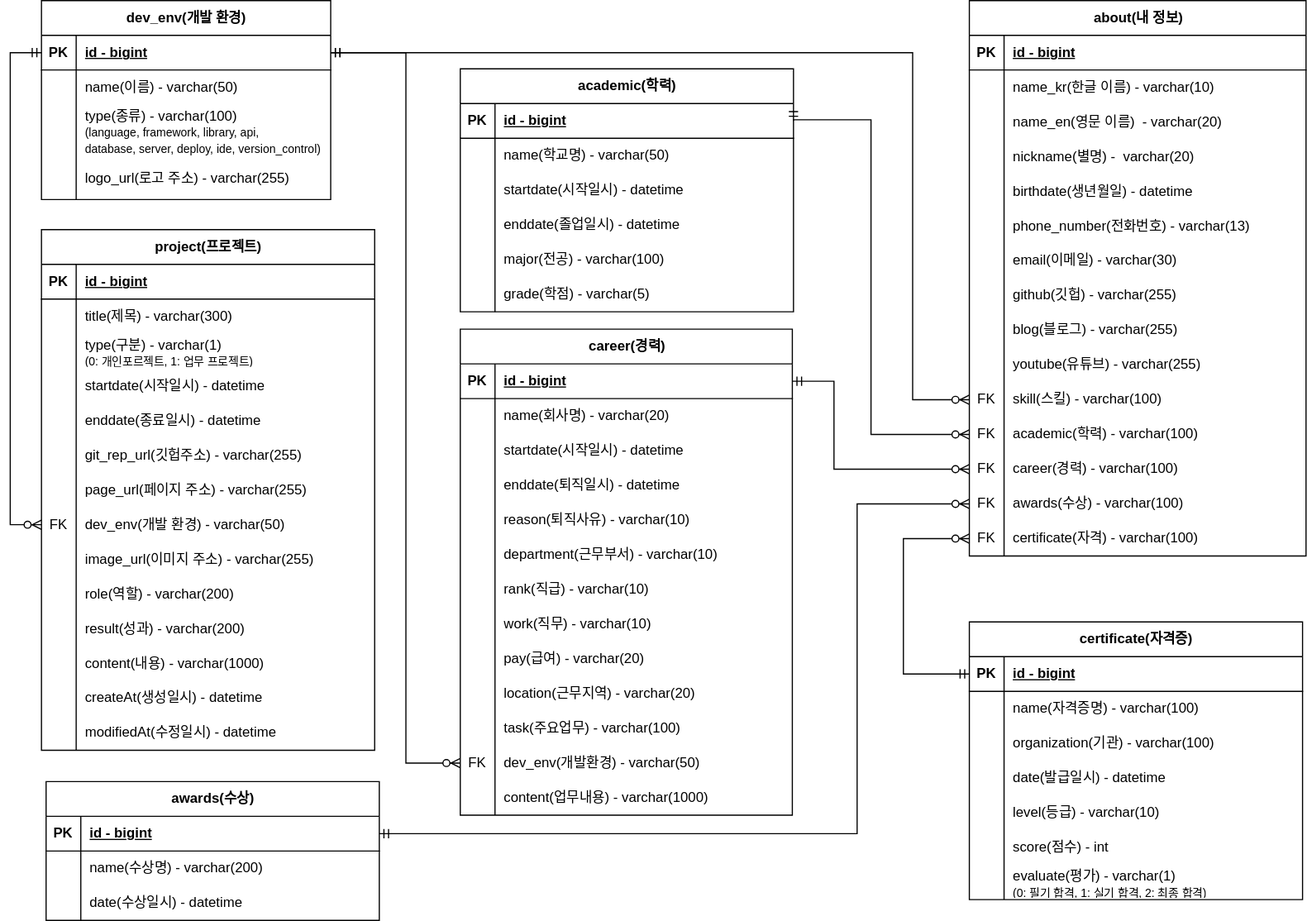
Above: document/project-portfolio-erd.svg in benedictJHGil/my-portfolio-app (draw.io), before the change. Source tidied: cells renumbered, new cells last; positions are measured from the earlier drawing's top-left corner, leaving out a move shared by most shapes.
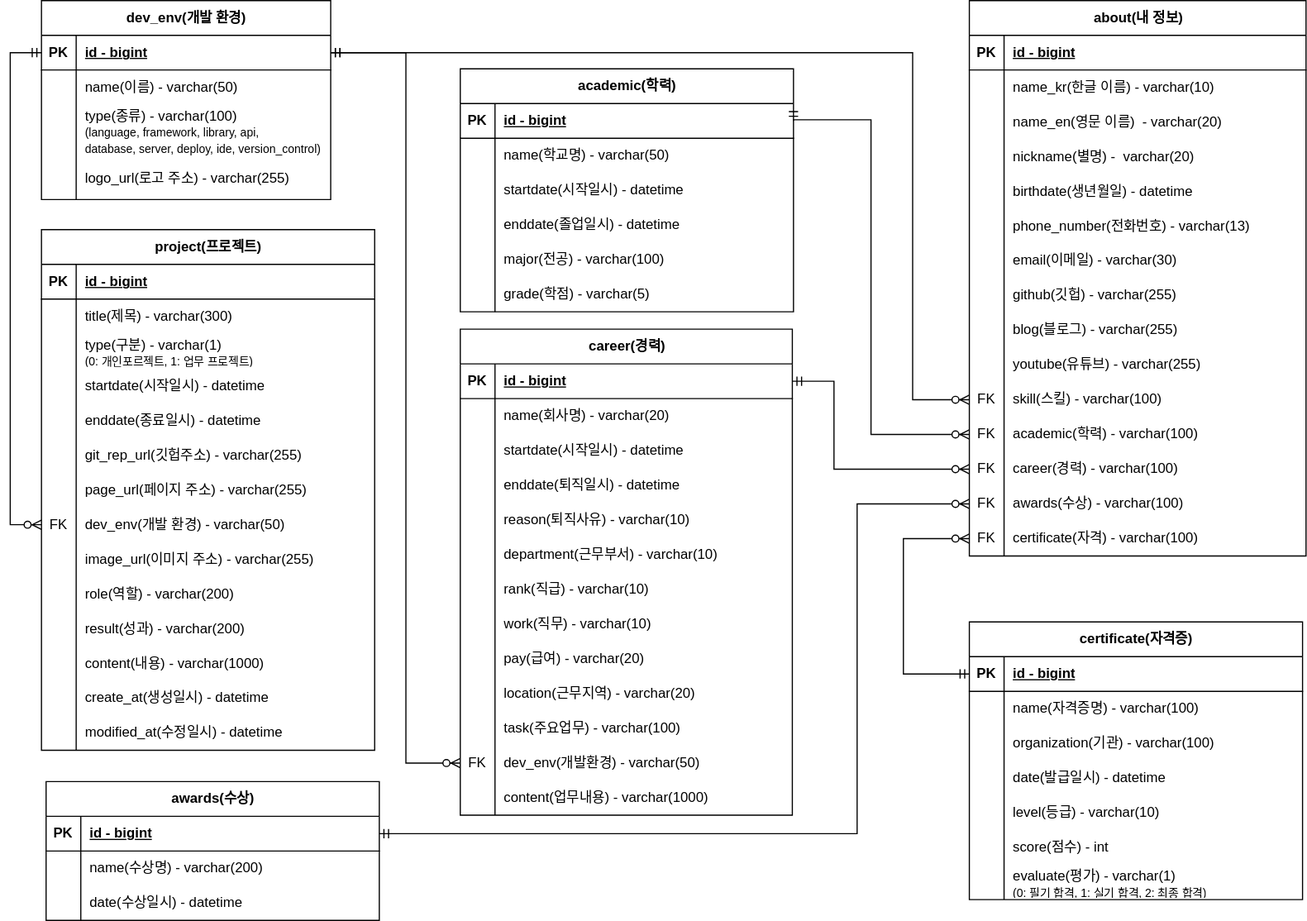
Later version of the same file.

Change to the diagram source:
```diff
@@ -119,7 +119,7 @@
     <mxCell id="40" style="shape=partialRectangle;fillColor=none;top=0;left=0;bottom=0;right=0;overflow=hidden;whiteSpace=wrap;html=1;" parent="39" vertex="1">
       <mxGeometry width="30" height="30" as="geometry" />
     </mxCell>
-    <mxCell id="41" value="createAt(생성일시) - datetime" style="shape=partialRectangle;fillColor=none;top=0;left=0;bottom=0;right=0;align=left;spacingLeft=6;overflow=hidden;whiteSpace=wrap;html=1;" parent="39" vertex="1">
+    <mxCell id="41" value="create_at(생성일시) - datetime" style="shape=partialRectangle;fillColor=none;top=0;left=0;bottom=0;right=0;align=left;spacingLeft=6;overflow=hidden;whiteSpace=wrap;html=1;" parent="39" vertex="1">
       <mxGeometry x="30" width="258" height="30" as="geometry" />
     </mxCell>
     <mxCell id="42" style="shape=tableRow;horizontal=0;startSize=0;swimlaneHead=0;swimlaneBody=0;fillColor=none;top=0;left=0;right=0;bottom=0;" parent="2" vertex="1">
@@ -128,7 +128,7 @@
     <mxCell id="43" style="shape=partialRectangle;fillColor=none;top=0;left=0;bottom=0;right=0;overflow=hidden;whiteSpace=wrap;html=1;" parent="42" vertex="1">
       <mxGeometry width="30" height="30" as="geometry" />
     </mxCell>
-    <mxCell id="44" value="modifiedAt(수정일시) - datetime" style="shape=partialRectangle;fillColor=none;top=0;left=0;bottom=0;right=0;align=left;spacingLeft=6;overflow=hidden;whiteSpace=wrap;html=1;" parent="42" vertex="1">
+    <mxCell id="44" value="modified_at(수정일시) - datetime" style="shape=partialRectangle;fillColor=none;top=0;left=0;bottom=0;right=0;align=left;spacingLeft=6;overflow=hidden;whiteSpace=wrap;html=1;" parent="42" vertex="1">
       <mxGeometry x="30" width="258" height="30" as="geometry" />
     </mxCell>
     <mxCell id="45" value="dev_env(개발 환경)" style="shape=table;startSize=30;rowLines=0;fontStyle=1;align=center;html=1;" parent="1" vertex="1">
```
